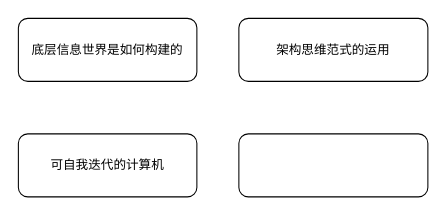
The draw.io diagram page "架构师学习路线" (1 of 4) of 架构师技能.drawio in caoj/drawio-online, before the edit. Source tidied: cells renumbered, new cells numbered last; positions are measured from the earlier drawing's top-left corner, leaving out a move shared by most shapes. Both pictures are drawn from the tidied source at 105%, with x=0, y=0 at pixel (18, 18).
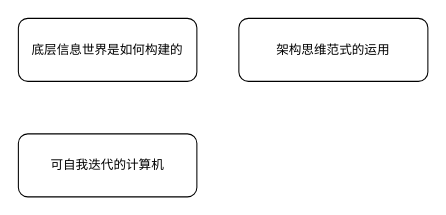
The same page after the edit.

Commit message:
更新架构师技能.drawio

Change to the diagram source:
```diff
@@
 <mxGraphModel>
   <root>
     <mxCell id="0" />
     <mxCell id="1" parent="0" />
     <mxCell id="2" value="底层信息世界是如何构建的" style="rounded=1;whiteSpace=wrap;html=1;" parent="1" vertex="1">
       <mxGeometry width="170" height="60" as="geometry" />
     </mxCell>
     <mxCell id="3" value="架构思维范式的运用" style="rounded=1;whiteSpace=wrap;html=1;" parent="1" vertex="1">
       <mxGeometry x="210" width="180" height="60" as="geometry" />
     </mxCell>
     <mxCell id="4" value="可自我迭代的计算机" style="rounded=1;whiteSpace=wrap;html=1;" parent="1" vertex="1">
       <mxGeometry y="110" width="170" height="60" as="geometry" />
     </mxCell>
-    <mxCell id="5" style="rounded=1;whiteSpace=wrap;html=1;" parent="1" vertex="1">
-      <mxGeometry x="210" y="110" width="180" height="60" as="geometry" />
-    </mxCell>
   </root>
 </mxGraphModel>
```
